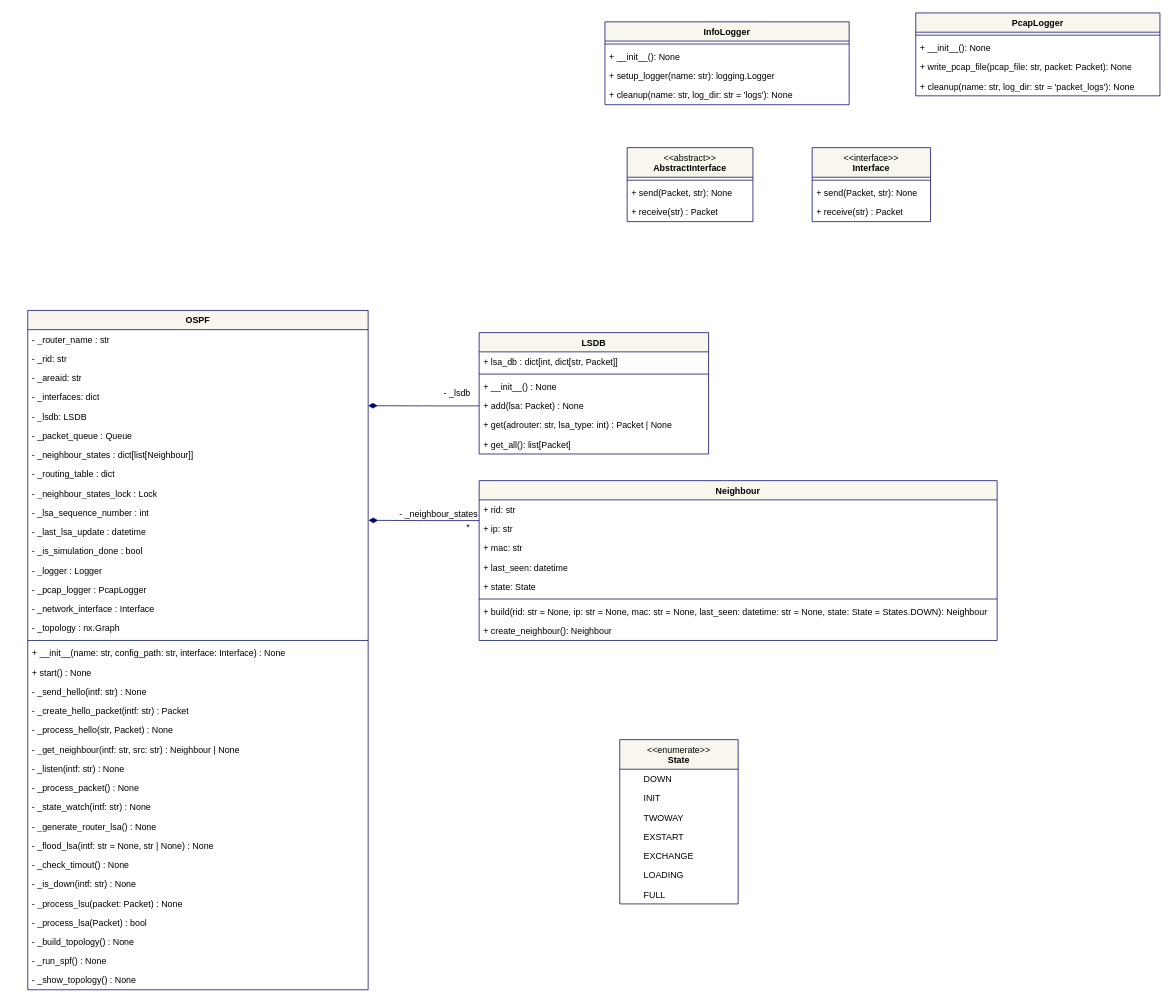
Above: page "osztaly_diagram" (1 of 5) of documentation/abrak.drawio in x3gan/thesis (draw.io), before the change. Source tidied: cells renumbered, new cells numbered last; positions are measured from the earlier drawing's top-left corner, leaving out a move shared by most shapes. Both pictures are drawn from the tidied source at 74%, with x=0, y=0 at pixel (27, 13).
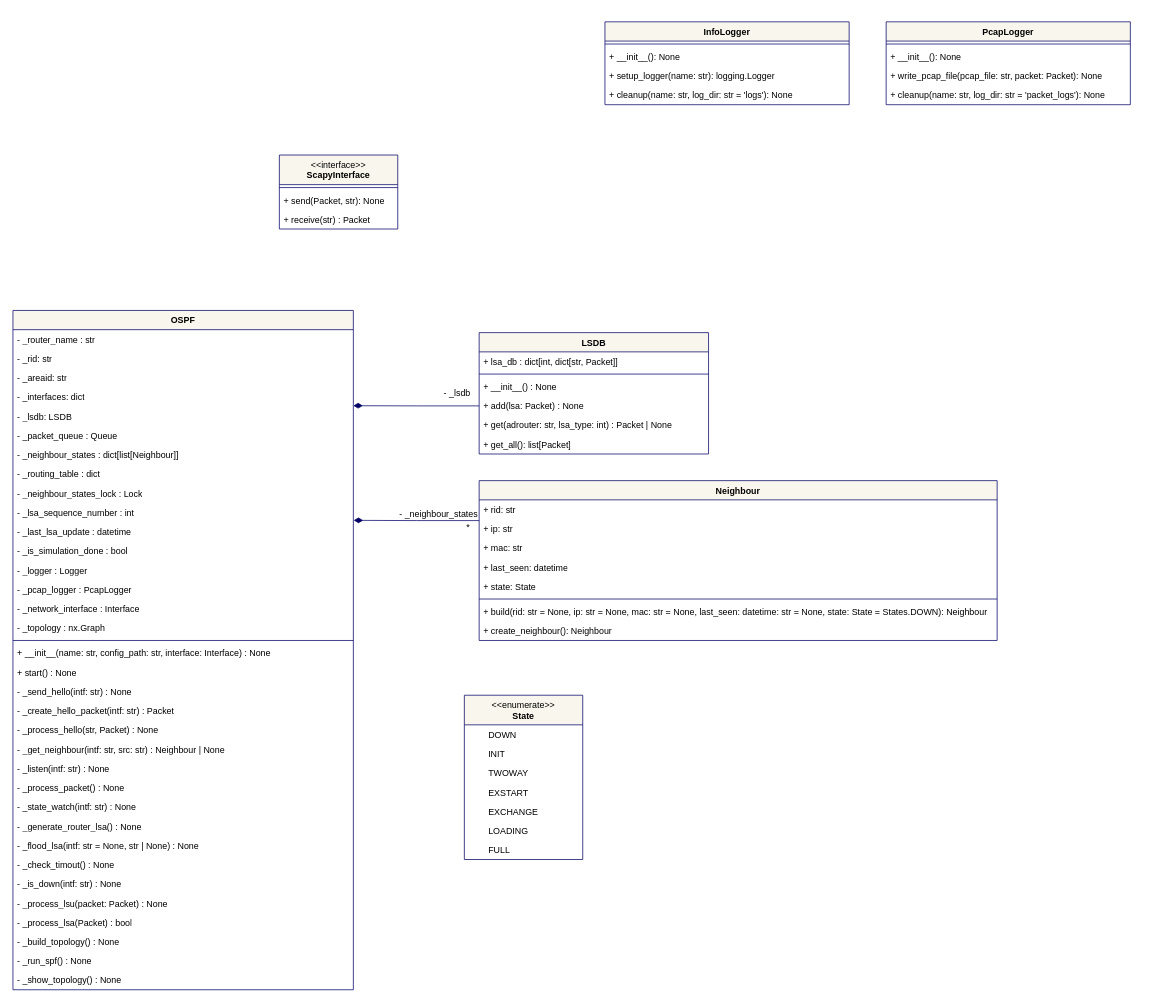
The same diagram, later.

Commit message (it also covers changes not shown here):
Adding checks to see if the interface is up when sending

The edit, as a diff of the source:
```diff
@@
-    <mxCell id="2" value="&lt;div&gt;&lt;span style=&quot;font-weight: normal;&quot;&gt;&amp;lt;&amp;lt;abstract&amp;gt;&amp;gt;&lt;/span&gt;&lt;/div&gt;AbstractInterface" style="swimlane;fontStyle=1;align=center;verticalAlign=top;horizontal=1;startSize=40;whiteSpace=wrap;html=1;rounded=0;strokeColor=#000066;fontFamily=Helvetica;fontSize=12;fontColor=default;fillColor=#f9f7ed;" parent="1" vertex="1">
-      <mxGeometry x="810" y="182" width="170" height="100" as="geometry" />
-    </mxCell>
-    <mxCell id="3" style="line;strokeWidth=1;fillColor=#f9f7ed;align=center;verticalAlign=top;spacingTop=-1;spacingLeft=3;spacingRight=3;labelPosition=right;strokeColor=#000066;rounded=0;fontFamily=Helvetica;fontSize=12;fontColor=default;fontStyle=1;horizontal=1;" parent="2" vertex="1">
-      <mxGeometry y="40" width="170" height="8" as="geometry" />
-    </mxCell>
-    <mxCell id="4" value="+ send(Packet, str): None" style="text;strokeColor=none;fillColor=none;align=left;verticalAlign=top;spacingLeft=4;spacingRight=4;overflow=hidden;whiteSpace=wrap;html=1;fontFamily=Helvetica;fontSize=12;fontColor=default;fontStyle=0;horizontal=1;" parent="2" vertex="1">
-      <mxGeometry y="48" width="170" height="26" as="geometry" />
-    </mxCell>
-    <mxCell id="5" value="+ receive(str) : Packet" style="text;strokeColor=none;fillColor=none;align=left;verticalAlign=top;spacingLeft=4;spacingRight=4;overflow=hidden;whiteSpace=wrap;html=1;fontFamily=Helvetica;fontSize=12;fontColor=default;fontStyle=0;horizontal=1;" parent="2" vertex="1">
-      <mxGeometry y="74" width="170" height="26" as="geometry" />
-    </mxCell>
-    <mxCell id="6" value="&lt;div&gt;&lt;span style=&quot;font-weight: normal;&quot;&gt;&amp;lt;&amp;lt;interface&amp;gt;&amp;gt;&lt;/span&gt;&lt;/div&gt;Interface" style="swimlane;fontStyle=1;align=center;verticalAlign=top;horizontal=1;startSize=40;whiteSpace=wrap;html=1;rounded=0;strokeColor=#000066;fontFamily=Helvetica;fontSize=12;fontColor=default;fillColor=#f9f7ed;" parent="1" vertex="1">
-      <mxGeometry x="1060" y="182" width="160" height="100" as="geometry" />
+    <mxCell id="6" value="&lt;div&gt;&lt;span style=&quot;font-weight: normal;&quot;&gt;&amp;lt;&amp;lt;interface&amp;gt;&amp;gt;&lt;/span&gt;&lt;/div&gt;ScapyInterface" style="swimlane;fontStyle=1;align=center;verticalAlign=top;horizontal=1;startSize=40;whiteSpace=wrap;html=1;rounded=0;strokeColor=#000066;fontFamily=Helvetica;fontSize=12;fontColor=default;fillColor=#f9f7ed;" parent="1" vertex="1">
+      <mxGeometry x="340" y="192" width="160" height="100" as="geometry" />
     </mxCell>
@@
     <mxCell id="17" value="OSPF" style="swimlane;fontStyle=1;align=center;verticalAlign=top;horizontal=1;startSize=26;whiteSpace=wrap;html=1;rounded=0;strokeColor=#000066;fontFamily=Helvetica;fontSize=12;fontColor=default;fillColor=#f9f7ed;" parent="1" vertex="1">
-      <mxGeometry y="402" width="460" height="918" as="geometry" />
+      <mxGeometry x="-20" y="402" width="460" height="918" as="geometry" />
     </mxCell>
@@
     <mxCell id="58" value="PcapLogger" style="swimlane;fontStyle=1;align=center;verticalAlign=top;horizontal=1;startSize=26;whiteSpace=wrap;html=1;rounded=0;strokeColor=#000066;fontFamily=Helvetica;fontSize=12;fontColor=default;fillColor=#f9f7ed;" parent="1" vertex="1">
-      <mxGeometry x="1200" width="330" height="112" as="geometry" />
+      <mxGeometry x="1160" y="12" width="330" height="112" as="geometry" />
     </mxCell>
@@
     <mxCell id="72" value="&lt;div&gt;&lt;span style=&quot;font-weight: normal;&quot;&gt;&amp;lt;&amp;lt;enumerate&amp;gt;&amp;gt;&lt;/span&gt;&lt;/div&gt;State" style="swimlane;fontStyle=1;align=center;verticalAlign=top;horizontal=1;startSize=40;whiteSpace=wrap;html=1;rounded=0;strokeColor=#000066;fontFamily=Helvetica;fontSize=12;fontColor=default;fillColor=#f9f7ed;" parent="1" vertex="1">
-      <mxGeometry x="800" y="982" width="160" height="222" as="geometry" />
+      <mxGeometry x="590" y="922" width="160" height="222" as="geometry" />
     </mxCell>
```
